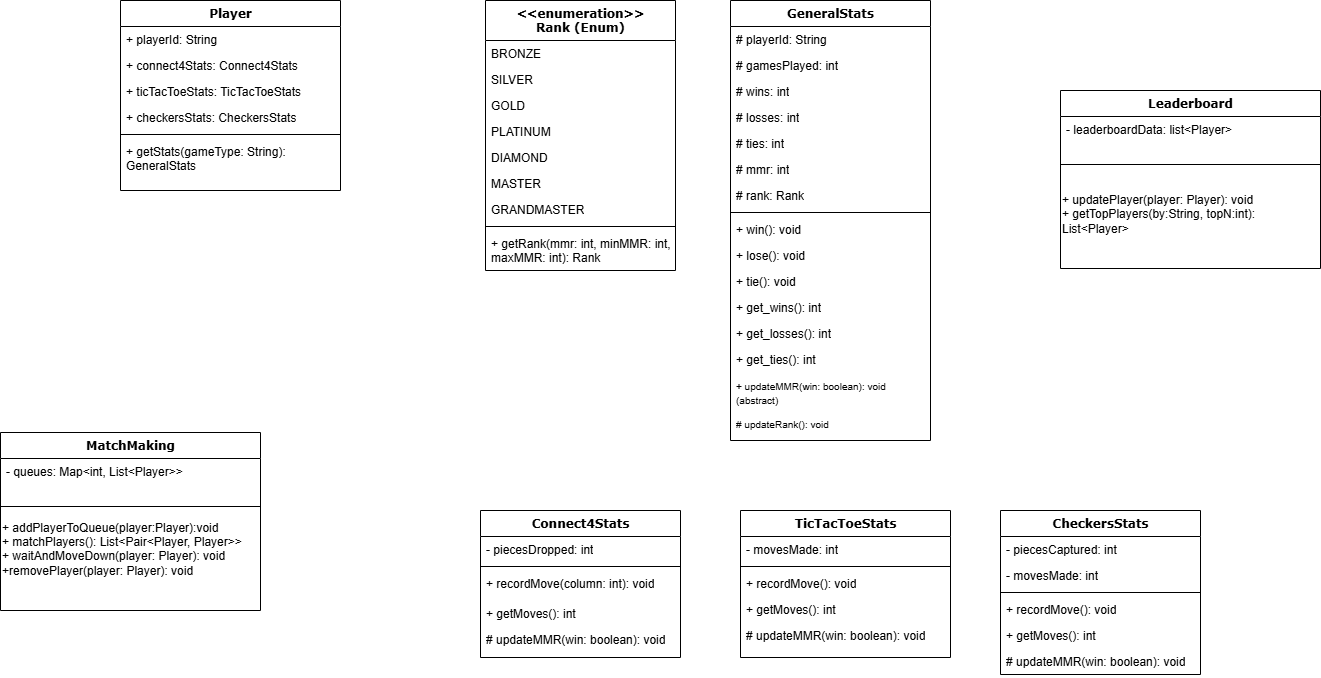
Above: Structure Diagram/class_diagram.png in farshadislam/Socketed-Multigame-GUI (draw.io), before the change. Source tidied: cells renumbered, new cells last; positions are measured from the earlier drawing's top-left corner, leaving out a move shared by most shapes.
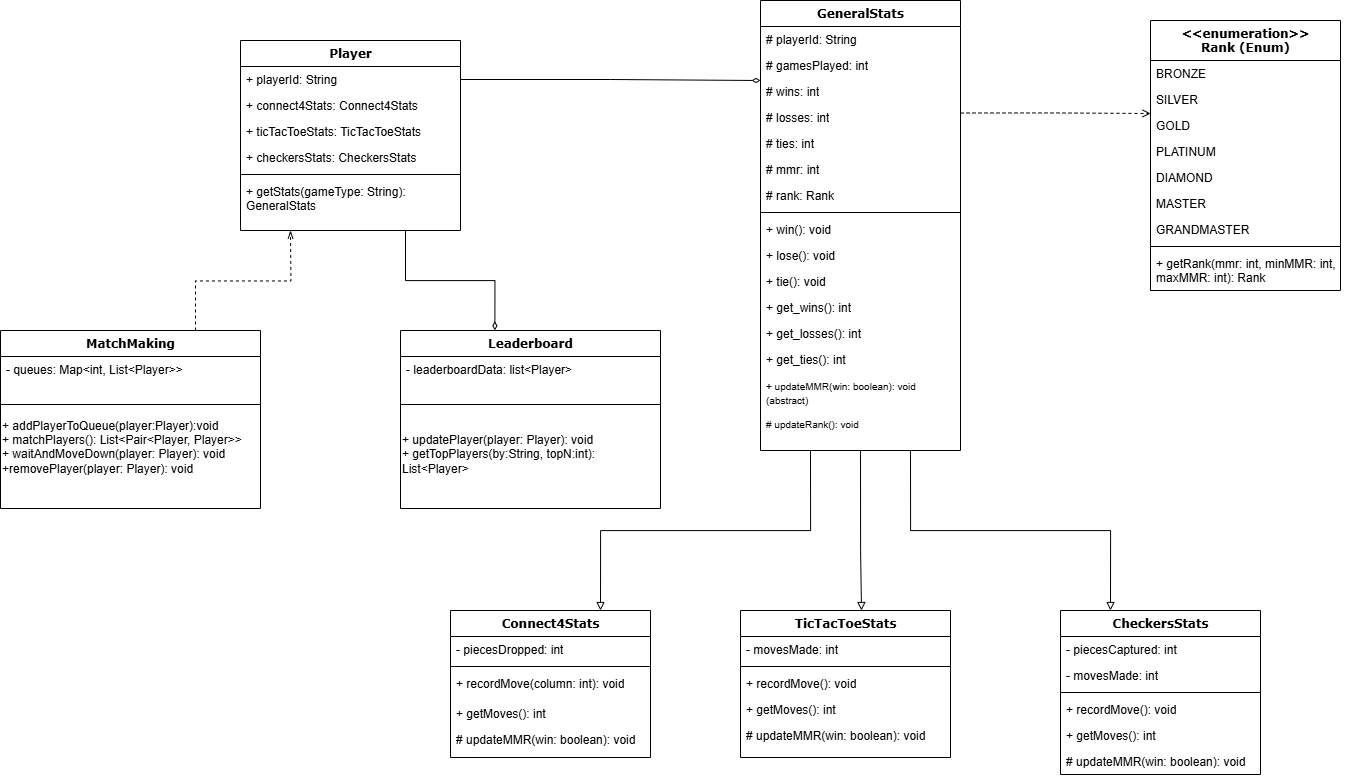
The same diagram one commit later.

Commit message:
Connected the UML diagram. Open for reviews

The edit, as a diff of the source:
```diff
@@ -2,8 +2,14 @@
   <root>
     <mxCell id="0" />
     <mxCell id="1" parent="0" />
+    <mxCell id="64" style="edgeStyle=orthogonalEdgeStyle;rounded=0;jettySize=auto;html=1;exitX=0.25;exitY=1;exitDx=0;exitDy=0;entryX=0.75;entryY=0;entryDx=0;entryDy=0;endArrow=block;endFill=0;" parent="1" edge="1" source="2" target="41">
+      <mxGeometry relative="1" as="geometry" />
+    </mxCell>
+    <mxCell id="65" style="edgeStyle=orthogonalEdgeStyle;rounded=0;jettySize=auto;html=1;exitX=0.75;exitY=1;exitDx=0;exitDy=0;entryX=0.25;entryY=0;entryDx=0;entryDy=0;endArrow=block;endFill=0;" parent="1" edge="1" source="2" target="53">
+      <mxGeometry relative="1" as="geometry" />
+    </mxCell>
     <mxCell id="2" value="GeneralStats" style="swimlane;html=1;fontStyle=1;align=center;verticalAlign=top;horizontal=1;startSize=26;swimlaneFillColor=#ffffff;rounded=0;shadow=0;comic=0;labelBackgroundColor=none;strokeWidth=1;fillColor=none;fontFamily=Verdana;fontSize=12;" parent="1" vertex="1">
-      <mxGeometry x="730" width="200" height="440" as="geometry" />
+      <mxGeometry x="740" y="-300" width="200" height="450" as="geometry" />
     </mxCell>
     <mxCell id="3" value="# playerId: String" style="text;html=1;strokeColor=none;fillColor=none;align=left;verticalAlign=top;spacingLeft=4;spacingRight=4;whiteSpace=wrap;overflow=hidden;" parent="2" vertex="1">
       <mxGeometry y="26" width="200" height="26" as="geometry" />
@@ -53,8 +59,13 @@
     <mxCell id="18" value="&lt;font style=&quot;font-size: 10px;&quot;&gt;# updateRank(): void&lt;/font&gt;" style="text;html=1;strokeColor=none;fillColor=none;align=left;verticalAlign=top;spacingLeft=4;spacingRight=4;whiteSpace=wrap;overflow=hidden;" parent="2" vertex="1">
       <mxGeometry y="410" width="200" height="30" as="geometry" />
     </mxCell>
+    <mxCell id="66" style="edgeStyle=orthogonalEdgeStyle;rounded=0;jettySize=auto;html=1;exitX=0.75;exitY=0;exitDx=0;exitDy=0;dashed=1;endArrow=openThin;endFill=0;" parent="1" edge="1" source="19">
+      <mxGeometry relative="1" as="geometry">
+        <mxPoint x="270" y="-70" as="targetPoint" />
+      </mxGeometry>
+    </mxCell>
     <mxCell id="19" value="MatchMaking" style="swimlane;html=1;fontStyle=1;align=center;verticalAlign=top;horizontal=1;startSize=26;swimlaneFillColor=#ffffff;rounded=0;shadow=0;comic=0;labelBackgroundColor=none;strokeWidth=1;fillColor=none;fontFamily=Verdana;fontSize=12;" parent="1" vertex="1">
-      <mxGeometry y="432" width="260" height="178" as="geometry" />
+      <mxGeometry x="-20" y="30" width="260" height="178" as="geometry" />
     </mxCell>
     <mxCell id="20" value="- queues: Map&amp;lt;int, List&amp;lt;Player&amp;gt;&lt;span style=&quot;background-color: transparent; color: light-dark(rgb(0, 0, 0), rgb(255, 255, 255));&quot;&gt;&amp;gt;&lt;/span&gt;&lt;div&gt;&lt;div&gt;&lt;br&gt;&lt;/div&gt;&lt;div&gt;&lt;br&gt;&lt;/div&gt;&lt;div&gt;&lt;br&gt;&lt;/div&gt;&lt;div&gt;&lt;br&gt;&lt;/div&gt;&lt;/div&gt;" style="text;html=1;strokeColor=none;fillColor=none;align=left;verticalAlign=top;spacingLeft=4;spacingRight=4;whiteSpace=wrap;overflow=hidden;" parent="19" vertex="1">
       <mxGeometry y="26" width="260" height="44" as="geometry" />
@@ -66,7 +77,7 @@
       <mxGeometry y="78" width="260" height="92" as="geometry" />
     </mxCell>
     <mxCell id="23" value="&lt;div&gt;&amp;lt;&amp;lt;enumeration&amp;gt;&amp;gt;&lt;/div&gt;Rank (Enum)" style="swimlane;html=1;fontStyle=1;align=center;verticalAlign=top;horizontal=1;startSize=40;swimlaneFillColor=#ffffff;rounded=0;shadow=0;comic=0;labelBackgroundColor=none;strokeWidth=1;fillColor=none;fontFamily=Verdana;fontSize=12;" parent="1" vertex="1">
-      <mxGeometry x="485" width="190" height="270" as="geometry" />
+      <mxGeometry x="1130" y="-280" width="190" height="270" as="geometry" />
     </mxCell>
     <mxCell id="24" value="BRONZE" style="text;html=1;strokeColor=none;fillColor=none;align=left;verticalAlign=top;spacingLeft=4;spacingRight=4;whiteSpace=wrap;overflow=hidden;" parent="23" vertex="1">
       <mxGeometry y="40" width="190" height="26" as="geometry" />
@@ -99,7 +110,7 @@
       <mxGeometry relative="1" as="geometry" />
     </mxCell>
     <mxCell id="34" value="Player" style="swimlane;html=1;fontStyle=1;align=center;verticalAlign=top;horizontal=1;startSize=26;swimlaneFillColor=#ffffff;rounded=0;shadow=0;comic=0;labelBackgroundColor=none;strokeWidth=1;fillColor=none;fontFamily=Verdana;fontSize=12;" parent="1" vertex="1">
-      <mxGeometry x="120" width="220" height="190" as="geometry" />
+      <mxGeometry x="220" y="-260" width="220" height="190" as="geometry" />
     </mxCell>
     <mxCell id="35" value="+ playerId: String" style="text;html=1;strokeColor=none;fillColor=none;align=left;verticalAlign=top;spacingLeft=4;spacingRight=4;whiteSpace=wrap;overflow=hidden;points=[[0,0.5],[1,0.5]];portConstraint=eastwest;" parent="34" vertex="1">
       <mxGeometry y="26" width="220" height="26" as="geometry" />
@@ -120,7 +131,7 @@
       <mxGeometry y="138" width="220" height="42" as="geometry" />
     </mxCell>
     <mxCell id="41" value="Connect4Stats" style="swimlane;html=1;fontStyle=1;align=center;verticalAlign=top;horizontal=1;startSize=26;swimlaneFillColor=#ffffff;rounded=0;shadow=0;comic=0;labelBackgroundColor=none;strokeWidth=1;fillColor=none;fontFamily=Verdana;fontSize=12;" parent="1" vertex="1">
-      <mxGeometry x="480" y="510" width="200" height="147" as="geometry" />
+      <mxGeometry x="430" y="310" width="200" height="147" as="geometry" />
     </mxCell>
     <mxCell id="42" value="- piecesDropped: int" style="text;html=1;strokeColor=none;fillColor=none;align=left;verticalAlign=top;spacingLeft=4;spacingRight=4;whiteSpace=wrap;overflow=hidden;" parent="41" vertex="1">
       <mxGeometry y="26" width="200" height="26" as="geometry" />
@@ -138,7 +149,7 @@
       <mxGeometry y="116" width="200" height="26" as="geometry" />
     </mxCell>
     <mxCell id="47" value="TicTacToeStats" style="swimlane;html=1;fontStyle=1;align=center;verticalAlign=top;horizontal=1;startSize=26;swimlaneFillColor=#ffffff;rounded=0;shadow=0;comic=0;labelBackgroundColor=none;strokeWidth=1;fillColor=none;fontFamily=Verdana;fontSize=12;" parent="1" vertex="1">
-      <mxGeometry x="740" y="510" width="210" height="147" as="geometry" />
+      <mxGeometry x="720" y="310" width="210" height="147" as="geometry" />
     </mxCell>
     <mxCell id="48" value="- movesMade: int" style="text;html=1;strokeColor=none;fillColor=none;align=left;verticalAlign=top;spacingLeft=4;spacingRight=4;whiteSpace=wrap;overflow=hidden;" parent="47" vertex="1">
       <mxGeometry y="26" width="210" height="26" as="geometry" />
@@ -156,7 +167,7 @@
       <mxGeometry y="112" width="210" height="26" as="geometry" />
     </mxCell>
     <mxCell id="53" value="CheckersStats" style="swimlane;html=1;fontStyle=1;align=center;verticalAlign=top;horizontal=1;startSize=26;swimlaneFillColor=#ffffff;rounded=0;shadow=0;comic=0;labelBackgroundColor=none;strokeWidth=1;fillColor=none;fontFamily=Verdana;fontSize=12;" parent="1" vertex="1">
-      <mxGeometry x="1000" y="510" width="200" height="164" as="geometry" />
+      <mxGeometry x="1040" y="310" width="200" height="164" as="geometry" />
     </mxCell>
     <mxCell id="54" value="- piecesCaptured: int" style="text;html=1;strokeColor=none;fillColor=none;align=left;verticalAlign=top;spacingLeft=4;spacingRight=4;whiteSpace=wrap;overflow=hidden;" parent="53" vertex="1">
       <mxGeometry y="26" width="200" height="26" as="geometry" />
@@ -177,7 +188,7 @@
       <mxGeometry y="138" width="200" height="26" as="geometry" />
     </mxCell>
     <mxCell id="60" value="Leaderboard" style="swimlane;html=1;fontStyle=1;align=center;verticalAlign=top;horizontal=1;startSize=26;swimlaneFillColor=#ffffff;rounded=0;shadow=0;comic=0;labelBackgroundColor=none;strokeWidth=1;fillColor=none;fontFamily=Verdana;fontSize=12;" parent="1" vertex="1">
-      <mxGeometry x="1060" y="90" width="260" height="178" as="geometry" />
+      <mxGeometry x="380" y="30" width="260" height="178" as="geometry" />
     </mxCell>
     <mxCell id="61" value="&lt;div&gt;&lt;div&gt;- leaderboardData: list&amp;lt;Player&amp;gt;&lt;/div&gt;&lt;/div&gt;" style="text;html=1;strokeColor=none;fillColor=none;align=left;verticalAlign=top;spacingLeft=4;spacingRight=4;whiteSpace=wrap;overflow=hidden;" parent="60" vertex="1">
       <mxGeometry y="26" width="260" height="44" as="geometry" />
@@ -188,5 +199,35 @@
     <mxCell id="63" value="&lt;div&gt;&lt;div&gt;+ updatePlayer(player: Player): void&lt;/div&gt;&lt;/div&gt;&lt;div&gt;+ getTopPlayers(by:String, topN:int): List&amp;lt;Player&amp;gt;&lt;/div&gt;" style="text;html=1;align=left;verticalAlign=middle;whiteSpace=wrap;rounded=0;" parent="60" vertex="1">
       <mxGeometry y="78" width="260" height="92" as="geometry" />
     </mxCell>
+    <mxCell id="67" style="edgeStyle=orthogonalEdgeStyle;rounded=0;jettySize=auto;html=1;exitX=0.5;exitY=1;exitDx=0;exitDy=0;endArrow=block;endFill=0;" parent="1" edge="1" source="2">
+      <mxGeometry relative="1" as="geometry">
+        <mxPoint x="841" y="310" as="targetPoint" />
+        <Array as="points">
+          <mxPoint x="840" y="250" />
+          <mxPoint x="841" y="310" />
+        </Array>
+      </mxGeometry>
+    </mxCell>
+    <mxCell id="68" style="edgeStyle=orthogonalEdgeStyle;rounded=0;jettySize=auto;html=1;exitX=0.75;exitY=1;exitDx=0;exitDy=0;entryX=0.363;entryY=-0.001;entryDx=0;entryDy=0;entryPerimeter=0;endArrow=diamondThin;endFill=0;" parent="1" edge="1" source="34" target="60">
+      <mxGeometry relative="1" as="geometry" />
+    </mxCell>
+    <mxCell id="69" style="edgeStyle=orthogonalEdgeStyle;rounded=0;jettySize=auto;html=1;exitX=1;exitY=0.5;exitDx=0;exitDy=0;endArrow=diamondThin;endFill=0;" parent="1" edge="1" source="35">
+      <mxGeometry relative="1" as="geometry">
+        <mxPoint x="740" y="-220" as="targetPoint" />
+        <Array as="points">
+          <mxPoint x="590" y="-221" />
+          <mxPoint x="740" y="-220" />
+        </Array>
+      </mxGeometry>
+    </mxCell>
+    <mxCell id="70" style="edgeStyle=orthogonalEdgeStyle;rounded=0;jettySize=auto;html=1;exitX=1;exitY=0.25;exitDx=0;exitDy=0;dashed=1;endArrow=open;endFill=0;" parent="1" edge="1" source="2">
+      <mxGeometry relative="1" as="geometry">
+        <mxPoint x="1130" y="-186" as="targetPoint" />
+        <Array as="points">
+          <mxPoint x="1035" y="-187" />
+          <mxPoint x="1130" y="-187" />
+        </Array>
+      </mxGeometry>
+    </mxCell>
   </root>
 </mxGraphModel>
```
